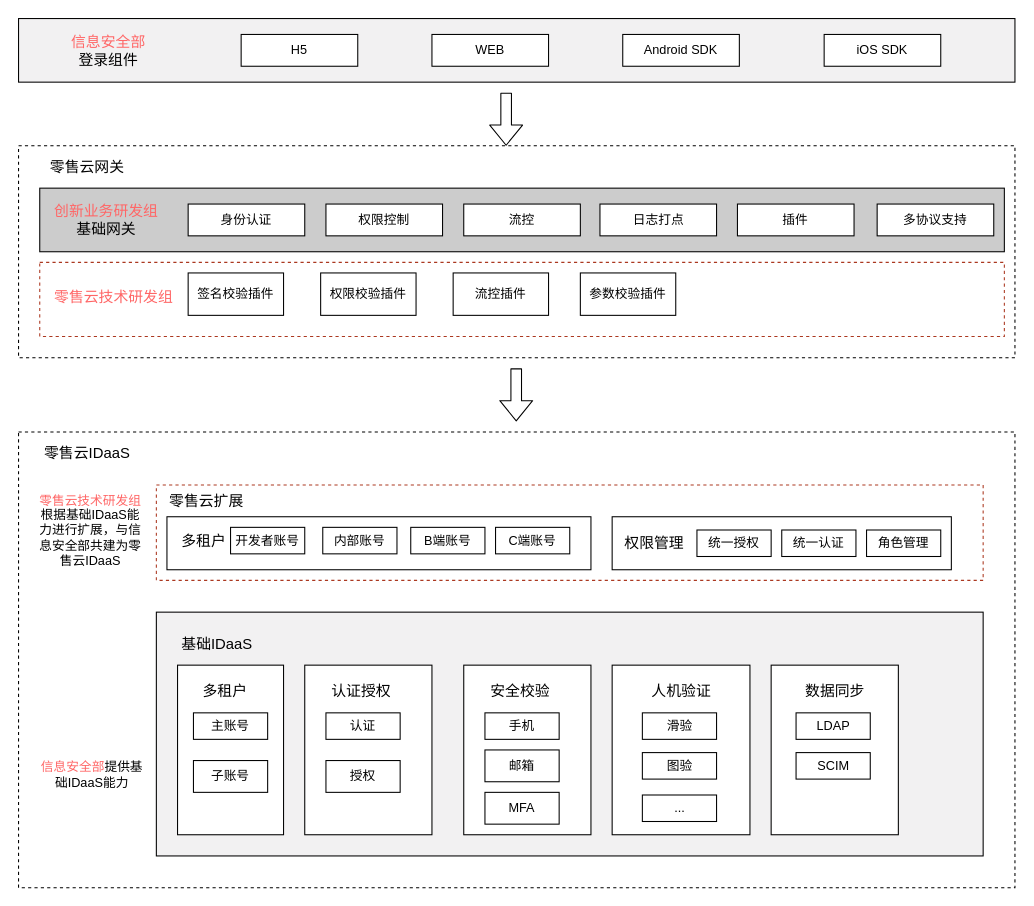
greenabyss/image keeps this draw.io diagram as 零售云IDaaS.drawio. Above is the earlier version. Source tidied: cells renumbered, new cells numbered last; positions are measured from the earlier drawing's top-left corner, leaving out a move shared by most shapes. Both pictures are drawn from the tidied source at 106%, with x=0, y=0 at pixel (18, 18).
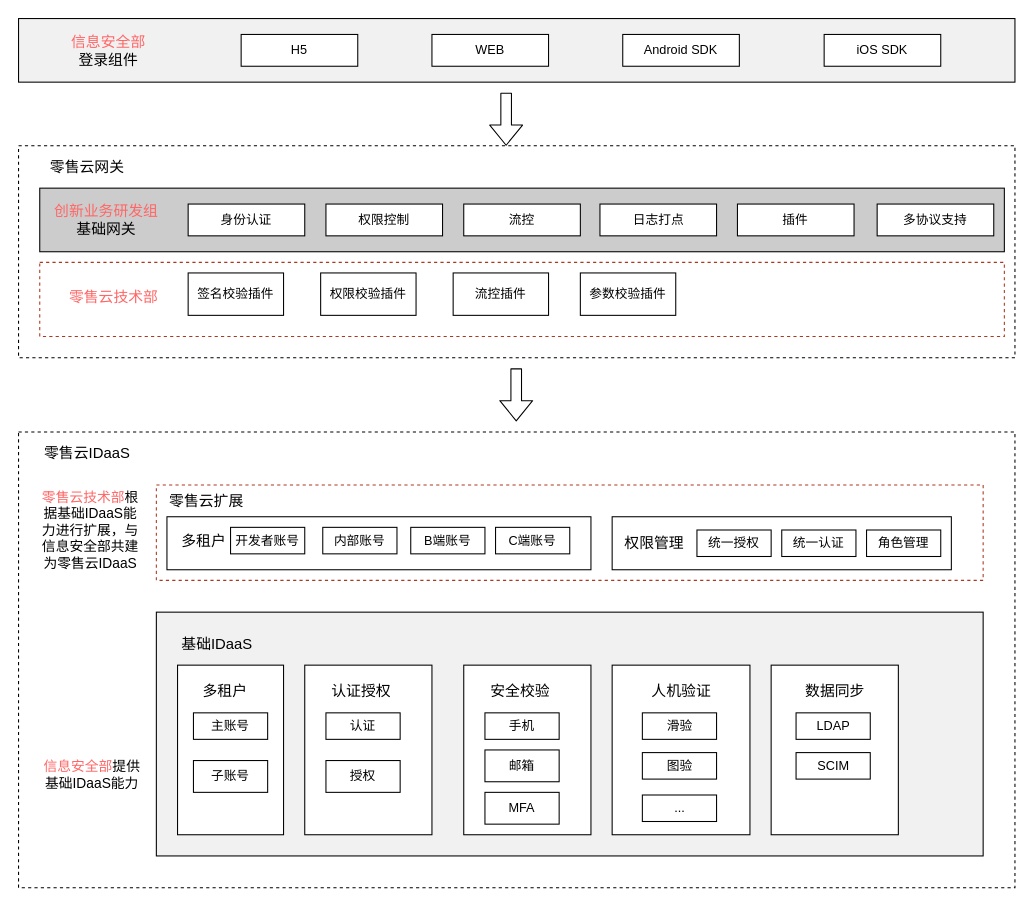
Above is the later version.

Commit message (it also covers changes not shown here):
更新零售云IDaaS.drawio

The edit, as a diff of the source:
```diff
@@
-    <mxCell id="42" value="&lt;font color=&quot;#ff6666&quot;&gt;零售云技术研发组&lt;/font&gt;根据基础IDaaS能力进行扩展，与信息安全部共建为零售云IDaaS" style="text;html=1;strokeColor=none;fillColor=none;align=center;verticalAlign=middle;whiteSpace=wrap;rounded=0;dashed=1;" parent="1" vertex="1">
+    <mxCell id="42" value="&lt;font style=&quot;font-size: 13px&quot;&gt;&lt;font color=&quot;#ff6666&quot; style=&quot;font-size: 13px&quot;&gt;零售云技术部&lt;/font&gt;根据基础IDaaS能力进行扩展，与信息安全部共建为零售云IDaaS&lt;/font&gt;" style="text;html=1;strokeColor=none;fillColor=none;align=center;verticalAlign=middle;whiteSpace=wrap;rounded=0;dashed=1;" parent="1" vertex="1">
       <mxGeometry x="17.5" y="457.5" width="100" height="50" as="geometry" />
     </mxCell>
-    <mxCell id="43" value="&lt;font color=&quot;#ff6666&quot;&gt;信息安全部&lt;/font&gt;提供基础IDaaS能力" style="text;html=1;strokeColor=none;fillColor=none;align=center;verticalAlign=middle;whiteSpace=wrap;rounded=0;dashed=1;" parent="1" vertex="1">
+    <mxCell id="43" value="&lt;font style=&quot;font-size: 13px&quot;&gt;&lt;font color=&quot;#ff6666&quot; style=&quot;font-size: 13px&quot;&gt;信息安全部&lt;/font&gt;提供基础IDaaS能力&lt;/font&gt;" style="text;html=1;strokeColor=none;fillColor=none;align=center;verticalAlign=middle;whiteSpace=wrap;rounded=0;dashed=1;" parent="1" vertex="1">
       <mxGeometry x="17.5" y="697.5" width="102.5" height="30" as="geometry" />
     </mxCell>
@@
-    <mxCell id="65" value="&lt;font&gt;&lt;span style=&quot;font-size: 14px&quot;&gt;&lt;font color=&quot;#ff6666&quot;&gt;零售云技术研发组&lt;/font&gt;&lt;/span&gt;&lt;br&gt;&lt;br&gt;&lt;/font&gt;" style="text;html=1;strokeColor=none;fillColor=none;align=center;verticalAlign=middle;whiteSpace=wrap;rounded=0;dashed=1;" parent="1" vertex="1">
+    <mxCell id="65" value="&lt;font&gt;&lt;span style=&quot;font-size: 14px&quot;&gt;&lt;font color=&quot;#ff6666&quot;&gt;零售云技术部&lt;/font&gt;&lt;/span&gt;&lt;br&gt;&lt;br&gt;&lt;/font&gt;" style="text;html=1;strokeColor=none;fillColor=none;align=center;verticalAlign=middle;whiteSpace=wrap;rounded=0;dashed=1;" parent="1" vertex="1">
       <mxGeometry x="30" y="260" width="120" height="20" as="geometry" />
     </mxCell>
```
